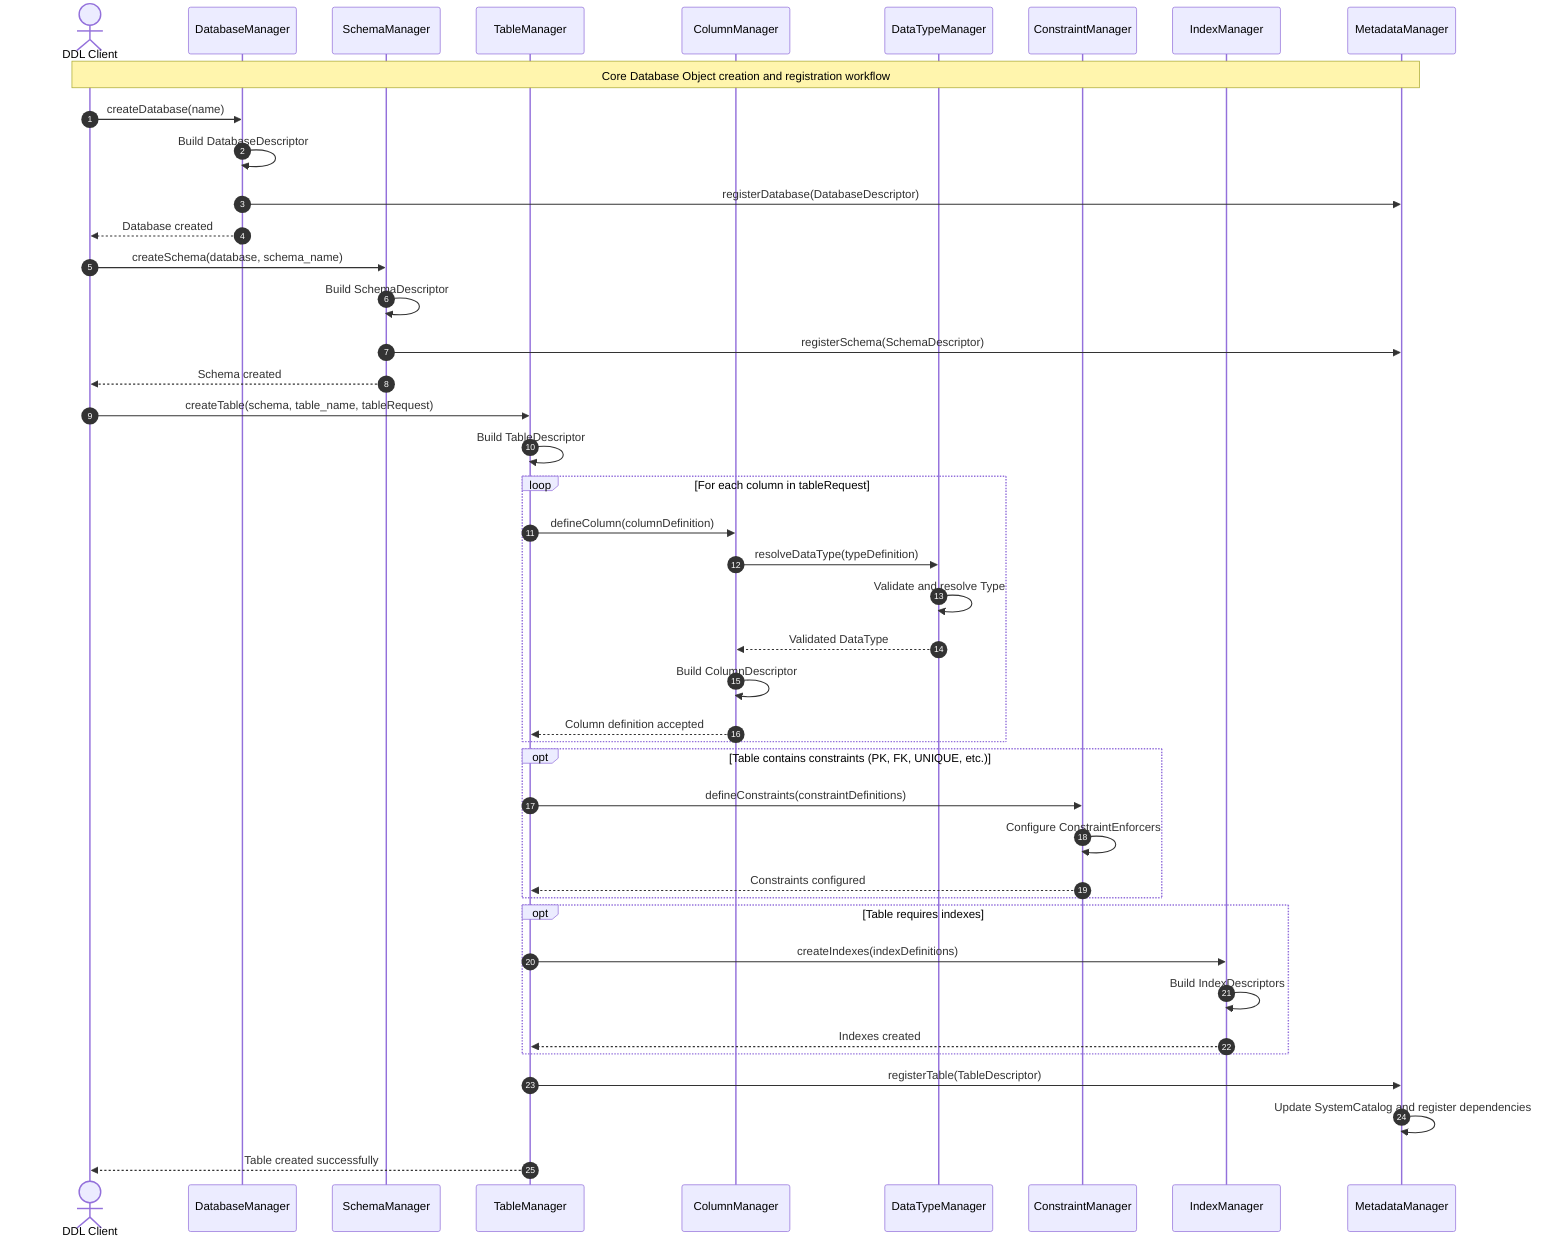
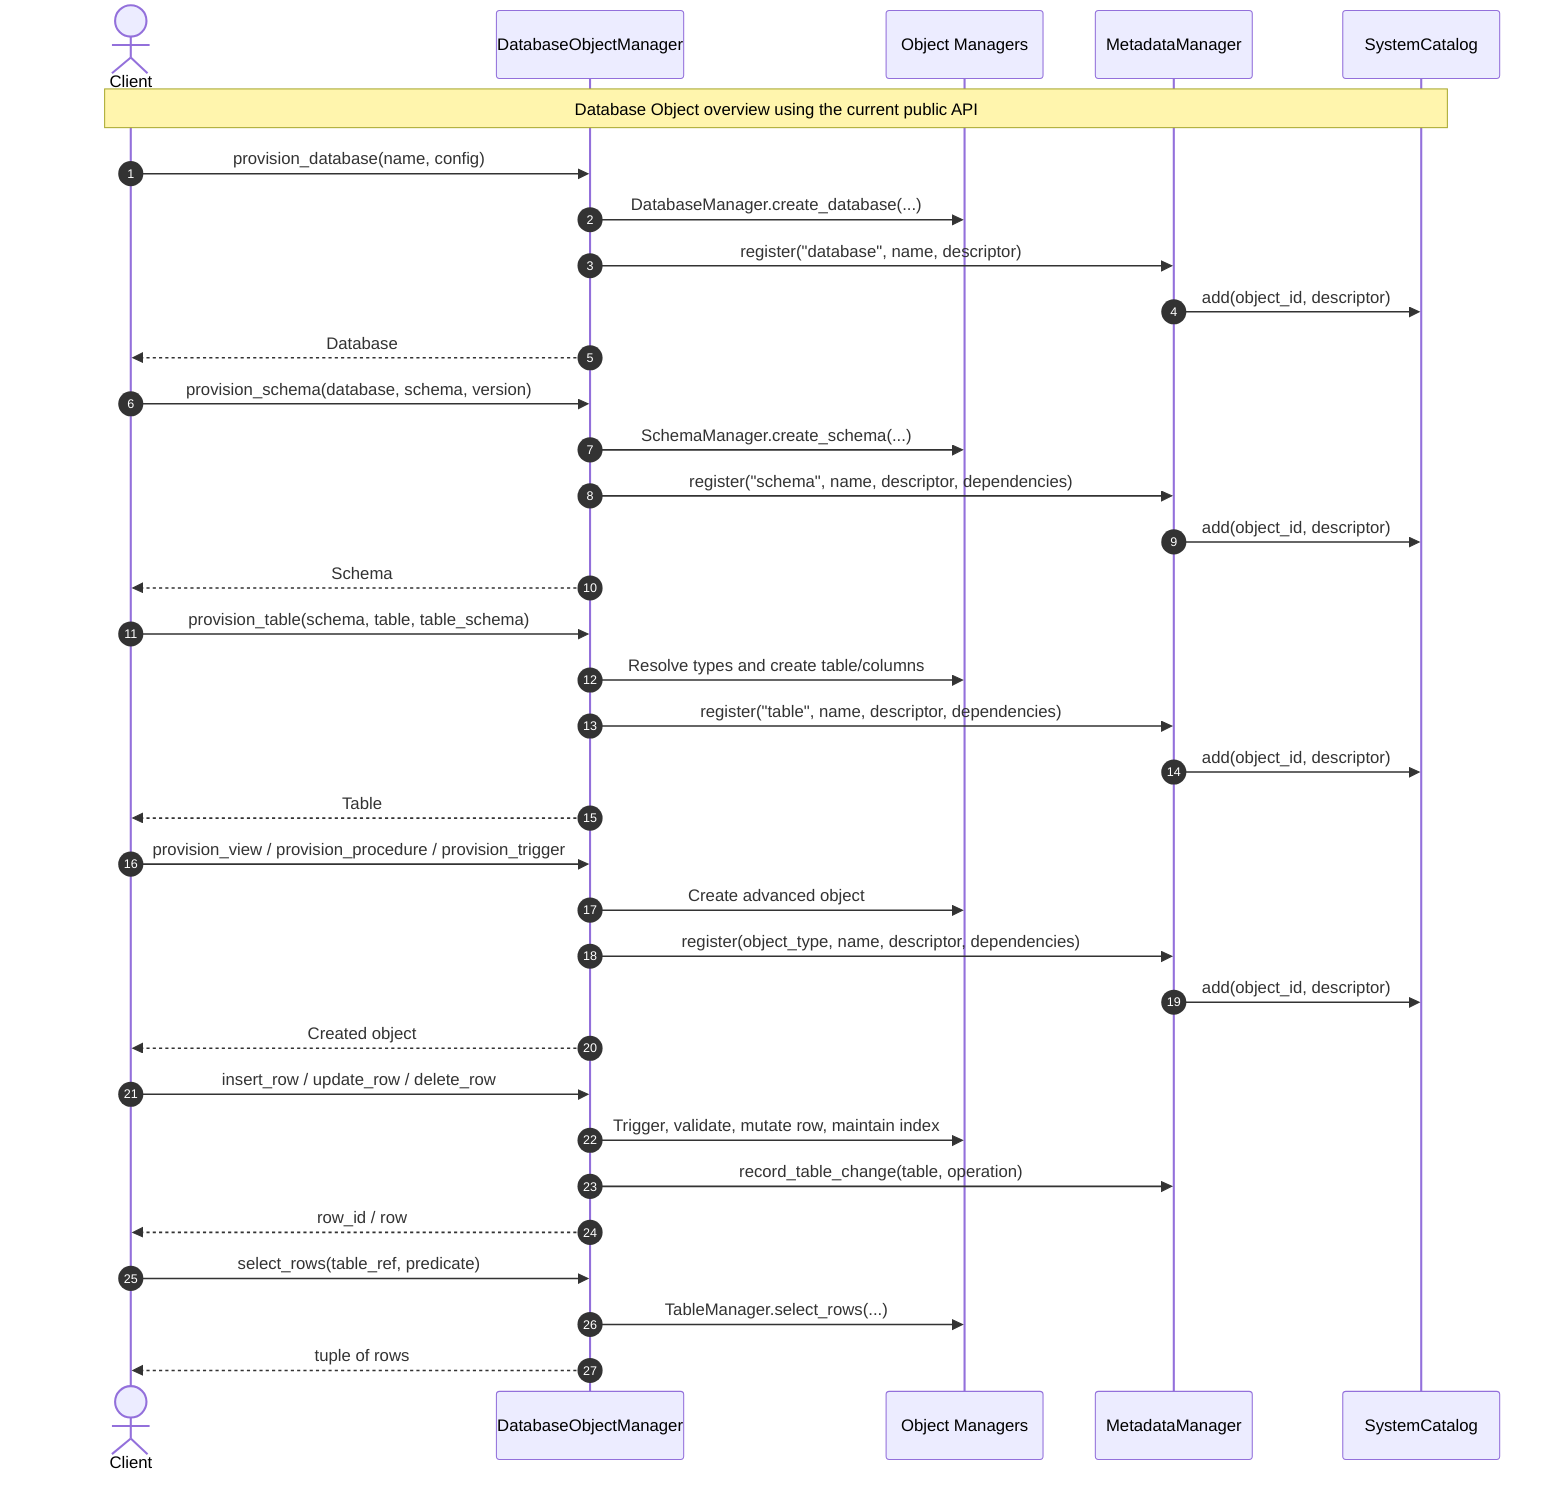
sequenceDiagram
    autonumber
+     actor Client
+     participant DOM as DatabaseObjectManager
+     participant Managers as Object Managers
+     participant MM as MetadataManager
+     participant Catalog as SystemCatalog

-     actor Client as DDL Client
+     Note over Client,Catalog: Database Object overview using the current public API

-     participant DBM as DatabaseManager
-     participant SM as SchemaManager
-     participant TM as TableManager
-     participant CM as ColumnManager
-     participant DTM as DataTypeManager
-     participant CSM as ConstraintManager
-     participant IM as IndexManager
-     participant MM as MetadataManager
+     Client->>DOM: provision_database(name, config)
+     DOM->>Managers: DatabaseManager.create_database(...)
+     DOM->>MM: register("database", name, descriptor)
+     MM->>Catalog: add(object_id, descriptor)
+     DOM-->>Client: Database

-     Note over Client,MM: Core Database Object creation and registration workflow
+     Client->>DOM: provision_schema(database, schema, version)
+     DOM->>Managers: SchemaManager.create_schema(...)
+     DOM->>MM: register("schema", name, descriptor, dependencies)
+     MM->>Catalog: add(object_id, descriptor)
+     DOM-->>Client: Schema

-     %% =========================================================
-     %% Database & Schema Creation
-     %% =========================================================
-     Client->>DBM: createDatabase(name)
-     DBM->>DBM: Build DatabaseDescriptor
-     DBM->>MM: registerDatabase(DatabaseDescriptor)
-     DBM-->>Client: Database created
+     Client->>DOM: provision_table(schema, table, table_schema)
+     DOM->>Managers: Resolve types and create table/columns
+     DOM->>MM: register("table", name, descriptor, dependencies)
+     MM->>Catalog: add(object_id, descriptor)
+     DOM-->>Client: Table

-     Client->>SM: createSchema(database, schema_name)
-     SM->>SM: Build SchemaDescriptor
-     SM->>MM: registerSchema(SchemaDescriptor)
-     SM-->>Client: Schema created
+     Client->>DOM: provision_view / provision_procedure / provision_trigger
+     DOM->>Managers: Create advanced object
+     DOM->>MM: register(object_type, name, descriptor, dependencies)
+     MM->>Catalog: add(object_id, descriptor)
+     DOM-->>Client: Created object

-     %% =========================================================
-     %% Table Creation Workflow (Core DDL Flow)
-     %% =========================================================
-     Client->>TM: createTable(schema, table_name, tableRequest)
-     TM->>TM: Build TableDescriptor
+     Client->>DOM: insert_row / update_row / delete_row
+     DOM->>Managers: Trigger, validate, mutate row, maintain index
+     DOM->>MM: record_table_change(table, operation)
+     DOM-->>Client: row_id / row

-     loop For each column in tableRequest
-         TM->>CM: defineColumn(columnDefinition)
-         CM->>DTM: resolveDataType(typeDefinition)
-         DTM->>DTM: Validate and resolve Type
-         DTM-->>CM: Validated DataType
-         CM->>CM: Build ColumnDescriptor
-         CM-->>TM: Column definition accepted
-     end
- 
-     opt Table contains constraints (PK, FK, UNIQUE, etc.)
-         TM->>CSM: defineConstraints(constraintDefinitions)
-         CSM->>CSM: Configure ConstraintEnforcers
-         CSM-->>TM: Constraints configured
-     end
- 
-     opt Table requires indexes
-         TM->>IM: createIndexes(indexDefinitions)
-         IM->>IM: Build IndexDescriptors
-         IM-->>TM: Indexes created
-     end
- 
-     TM->>MM: registerTable(TableDescriptor)
-     MM->>MM: Update SystemCatalog and register dependencies
-     TM-->>Client: Table created successfully+     Client->>DOM: select_rows(table_ref, predicate)
+     DOM->>Managers: TableManager.select_rows(...)
+     DOM-->>Client: tuple of rows
